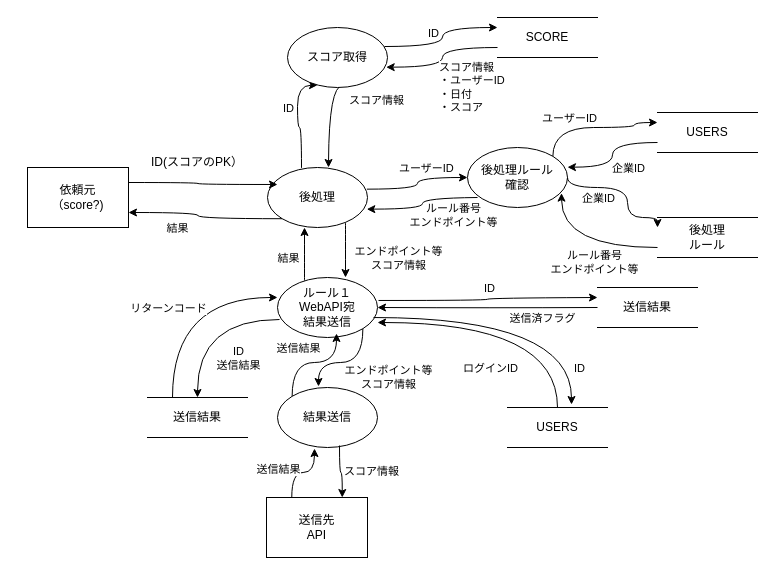
hirose-02940/git-sample keeps this draw.io diagram as talklabo_dfd.drawio. Above is the earlier version. Source tidied: cells renumbered, new cells numbered last; positions are measured from the earlier drawing's top-left corner, leaving out a move shared by most shapes. Both pictures are drawn from the tidied source at 100%, with x=0, y=0 at pixel (27, 17).
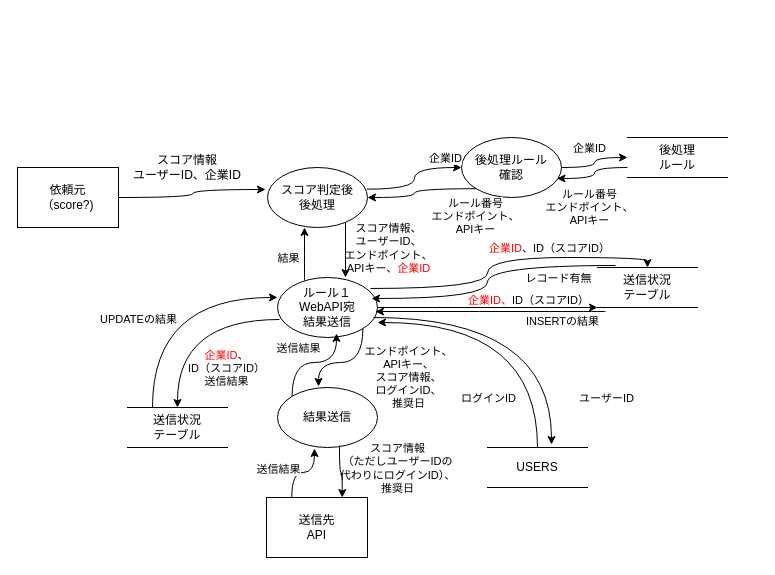
The same page after the edit.

Commit message:
20250626レビュー後更新DFD

Unchanged cells that the change refers to:
```xml
<mxCell id="20" style="endArrow=classic;html=1;exitX=0.993;exitY=0.361;exitDx=0;exitDy=0;edgeStyle=orthogonalEdgeStyle;curved=1;rounded=0;strokeColor=default;entryX=0;entryY=0.5;entryDx=0;entryDy=0;exitPerimeter=0;" parent="1" edge="1" source="3" target="11">
  <mxGeometry relative="1" as="geometry" />
</mxCell>
<mxCell id="31" value="&lt;div&gt;ルール１&lt;/div&gt;WebAPI宛&lt;div&gt;結果送信&lt;/div&gt;" style="ellipse;whiteSpace=wrap;html=1;" parent="1" vertex="1">
  <mxGeometry x="250" y="260" width="100" height="60" as="geometry" />
</mxCell>
<mxCell id="44" style="endArrow=classic;html=1;exitX=1;exitY=1;exitDx=0;exitDy=0;edgeStyle=orthogonalEdgeStyle;curved=1;rounded=0;strokeColor=default;entryX=0.41;entryY=-0.017;entryDx=0;entryDy=0;entryPerimeter=0;" parent="1" edge="1" source="31" target="42">
  <mxGeometry relative="1" as="geometry" />
</mxCell>
<mxCell id="46" style="endArrow=classic;html=1;exitX=0.62;exitY=0.967;exitDx=0;exitDy=0;edgeStyle=orthogonalEdgeStyle;curved=1;rounded=0;strokeColor=default;entryX=0.75;entryY=0;entryDx=0;entryDy=0;exitPerimeter=0;" parent="1" edge="1" source="42" target="43">
  <mxGeometry relative="1" as="geometry" />
</mxCell>
<mxCell id="50" style="endArrow=classic;html=1;exitX=0.02;exitY=0.7;exitDx=0;exitDy=0;edgeStyle=orthogonalEdgeStyle;curved=1;rounded=0;strokeColor=default;exitPerimeter=0;entryX=0.5;entryY=0;entryDx=0;entryDy=0;" parent="1" edge="1" source="31" target="56">
  <mxGeometry relative="1" as="geometry" />
</mxCell>
<mxCell id="52" style="endArrow=classic;html=1;exitX=0.25;exitY=0;exitDx=0;exitDy=0;edgeStyle=orthogonalEdgeStyle;curved=1;rounded=0;strokeColor=default;entryX=0;entryY=0.333;entryDx=0;entryDy=0;entryPerimeter=0;" parent="1" edge="1" source="56" target="31">
  <mxGeometry relative="1" as="geometry" />
</mxCell>
<mxCell id="59" style="endArrow=classic;html=1;exitX=0.5;exitY=0;exitDx=0;exitDy=0;edgeStyle=orthogonalEdgeStyle;curved=1;rounded=0;strokeColor=default;entryX=1;entryY=0.75;entryDx=0;entryDy=0;entryPerimeter=0;" parent="1" edge="1" source="57" target="31">
  <mxGeometry relative="1" as="geometry" />
</mxCell>
```

The edit, as a diff of the source:
```diff
@@
     <mxCell id="2" value="依頼元&lt;div&gt;（score?)&lt;/div&gt;" style="rounded=0;whiteSpace=wrap;html=1;" parent="1" vertex="1">
-      <mxGeometry y="150" width="101" height="60" as="geometry" />
+      <mxGeometry x="-10" y="150" width="101" height="60" as="geometry" />
     </mxCell>
-    <mxCell id="3" value="後処理" style="ellipse;whiteSpace=wrap;html=1;" parent="1" vertex="1">
+    <mxCell id="3" value="スコア判定後&lt;div&gt;後処理&lt;/div&gt;" style="ellipse;whiteSpace=wrap;html=1;" parent="1" vertex="1">
       <mxGeometry x="240" y="150" width="100" height="60" as="geometry" />
     </mxCell>
-    <mxCell id="4" style="endArrow=classic;html=1;entryX=0.1;entryY=0.283;entryDx=0;entryDy=0;entryPerimeter=0;exitX=1;exitY=0.25;exitDx=0;exitDy=0;edgeStyle=orthogonalEdgeStyle;curved=1;rounded=0;strokeColor=default;" parent="1" edge="1" source="2" target="3">
+    <mxCell id="4" style="endArrow=classic;html=1;entryX=-0.02;entryY=0.367;entryDx=0;entryDy=0;exitX=1;exitY=0.5;exitDx=0;exitDy=0;edgeStyle=orthogonalEdgeStyle;curved=1;rounded=0;strokeColor=default;entryPerimeter=0;" parent="1" edge="1" source="2" target="3">
       <mxGeometry relative="1" as="geometry" />
     </mxCell>
-    <mxCell id="5" value="ID(スコアのPK）" style="text;html=1;align=center;verticalAlign=middle;whiteSpace=wrap;rounded=0;" parent="1" vertex="1">
-      <mxGeometry x="120" y="130" width="100" height="30" as="geometry" />
+    <mxCell id="5" value="スコア情報&lt;div&gt;ユーザーID、企業ID&lt;/div&gt;" style="text;html=1;align=center;verticalAlign=middle;whiteSpace=wrap;rounded=0;" parent="1" vertex="1">
+      <mxGeometry x="100" y="130" width="120" height="40" as="geometry" />
     </mxCell>
-    <mxCell id="6" value="SCORE" style="shape=partialRectangle;whiteSpace=wrap;html=1;left=0;right=0;fillColor=none;" parent="1" vertex="1">
-      <mxGeometry x="470" width="100" height="40" as="geometry" />
-    </mxCell>
-    <mxCell id="7" style="endArrow=classic;html=1;exitX=0.34;exitY=0.006;exitDx=0;exitDy=0;edgeStyle=orthogonalEdgeStyle;curved=1;rounded=0;strokeColor=default;exitPerimeter=0;entryX=0.3;entryY=0.961;entryDx=0;entryDy=0;entryPerimeter=0;" parent="1" edge="1" source="3" target="17">
-      <mxGeometry relative="1" as="geometry">
-        <Array as="points">
-          <mxPoint x="274" y="110" />
-          <mxPoint x="270" y="110" />
-          <mxPoint x="270" y="68" />
-        </Array>
-      </mxGeometry>
-    </mxCell>
-    <mxCell id="8" value="ID" style="edgeLabel;html=1;align=center;verticalAlign=middle;" parent="7" vertex="1">
-      <mxGeometry x="0.24" y="1" relative="1" as="geometry">
-        <mxPoint x="-9" y="2" as="offset" />
-      </mxGeometry>
-    </mxCell>
-    <mxCell id="9" style="endArrow=classic;html=1;exitX=0;exitY=0.75;exitDx=0;exitDy=0;edgeStyle=orthogonalEdgeStyle;curved=1;rounded=0;strokeColor=default;entryX=0.987;entryY=0.661;entryDx=0;entryDy=0;entryPerimeter=0;" parent="1" edge="1" source="6" target="17">
-      <mxGeometry relative="1" as="geometry" />
-    </mxCell>
-    <mxCell id="10" value="スコア情報&lt;div&gt;・ユーザーID&lt;/div&gt;&lt;div&gt;・日付&lt;/div&gt;&lt;div&gt;・スコア&lt;/div&gt;" style="edgeLabel;html=1;align=left;verticalAlign=middle;" parent="9" vertex="1">
-      <mxGeometry x="0.24" y="1" relative="1" as="geometry">
-        <mxPoint x="1" y="19" as="offset" />
-      </mxGeometry>
-    </mxCell>
     <mxCell id="11" value="後処理ルール&lt;div&gt;確認&lt;/div&gt;" style="ellipse;whiteSpace=wrap;html=1;" parent="1" vertex="1">
-      <mxGeometry x="440" y="130" width="100" height="60" as="geometry" />
+      <mxGeometry x="434" y="120" width="100" height="60" as="geometry" />
     </mxCell>
-    <mxCell id="12" value="USERS" style="shape=partialRectangle;whiteSpace=wrap;html=1;left=0;right=0;fillColor=none;" parent="1" vertex="1">
-      <mxGeometry x="630" y="95" width="100" height="40" as="geometry" />
-    </mxCell>
-    <mxCell id="13" style="endArrow=classic;html=1;exitX=1;exitY=0;exitDx=0;exitDy=0;edgeStyle=orthogonalEdgeStyle;curved=1;rounded=0;strokeColor=default;entryX=0;entryY=0.25;entryDx=0;entryDy=0;" parent="1" edge="1" source="11" target="12">
-      <mxGeometry relative="1" as="geometry">
-        <Array as="points">
-          <mxPoint x="525" y="110" />
-          <mxPoint x="607" y="110" />
-          <mxPoint x="607" y="105" />
-        </Array>
-      </mxGeometry>
-    </mxCell>
-    <mxCell id="14" value="ユーザーID" style="edgeLabel;html=1;align=center;verticalAlign=middle;" parent="13" vertex="1">
-      <mxGeometry x="0.24" y="1" relative="1" as="geometry">
-        <mxPoint x="-41" y="-9" as="offset" />
-      </mxGeometry>
-    </mxCell>
-    <mxCell id="15" style="endArrow=classic;html=1;exitX=0.75;exitY=1;exitDx=0;exitDy=0;edgeStyle=orthogonalEdgeStyle;curved=1;rounded=0;strokeColor=default;" parent="1" edge="1">
-      <mxGeometry relative="1" as="geometry">
-        <mxPoint x="315" y="68" as="sourcePoint" />
-        <mxPoint x="301" y="150" as="targetPoint" />
-      </mxGeometry>
-    </mxCell>
-    <mxCell id="16" value="スコア情報&lt;div&gt;&lt;br&gt;&lt;/div&gt;" style="edgeLabel;html=1;align=left;verticalAlign=middle;" parent="15" vertex="1">
-      <mxGeometry x="0.24" y="1" relative="1" as="geometry">
-        <mxPoint x="18" y="-24" as="offset" />
-      </mxGeometry>
-    </mxCell>
-    <mxCell id="17" value="スコア取得" style="ellipse;whiteSpace=wrap;html=1;" parent="1" vertex="1">
-      <mxGeometry x="260" y="10" width="100" height="60" as="geometry" />
-    </mxCell>
-    <mxCell id="18" style="endArrow=classic;html=1;edgeStyle=orthogonalEdgeStyle;curved=1;rounded=0;strokeColor=default;entryX=0;entryY=0.25;entryDx=0;entryDy=0;exitX=0.97;exitY=0.317;exitDx=0;exitDy=0;exitPerimeter=0;" parent="1" edge="1" source="17" target="6">
-      <mxGeometry relative="1" as="geometry" />
-    </mxCell>
-    <mxCell id="19" value="ID" style="edgeLabel;html=1;align=center;verticalAlign=middle;" parent="18" vertex="1">
-      <mxGeometry x="-0.06" y="-3" relative="1" as="geometry">
-        <mxPoint x="-13" y="-10" as="offset" />
-      </mxGeometry>
-    </mxCell>
@@
-    <mxCell id="21" value="&lt;span style=&quot;background-color: light-dark(#ffffff, var(--ge-dark-color, #121212));&quot;&gt;ユーザーID&lt;/span&gt;" style="edgeLabel;html=1;align=left;verticalAlign=middle;" parent="20" vertex="1">
+    <mxCell id="21" value="&lt;span style=&quot;background-color: light-dark(#ffffff, var(--ge-dark-color, #121212));&quot;&gt;企業ID&lt;/span&gt;" style="edgeLabel;html=1;align=left;verticalAlign=middle;" parent="20" vertex="1">
       <mxGeometry x="0.24" y="1" relative="1" as="geometry">
-        <mxPoint x="-28" y="-9" as="offset" />
+        <mxPoint x="10" y="-9" as="offset" />
       </mxGeometry>
     </mxCell>
-    <mxCell id="22" style="endArrow=classic;html=1;edgeStyle=orthogonalEdgeStyle;curved=1;rounded=0;strokeColor=default;entryX=1;entryY=0.328;entryDx=0;entryDy=0;entryPerimeter=0;exitX=0;exitY=0.75;exitDx=0;exitDy=0;" parent="1" edge="1" source="12" target="11">
-      <mxGeometry relative="1" as="geometry" />
-    </mxCell>
-    <mxCell id="23" value="企業ID" style="edgeLabel;html=1;align=center;verticalAlign=middle;" parent="22" vertex="1">
-      <mxGeometry x="-0.14" relative="1" as="geometry">
-        <mxPoint x="15" y="21" as="offset" />
-      </mxGeometry>
-    </mxCell>
     <mxCell id="24" value="後処理&lt;br&gt;&lt;div&gt;ルール&lt;/div&gt;" style="shape=partialRectangle;whiteSpace=wrap;html=1;left=0;right=0;fillColor=none;" parent="1" vertex="1">
-      <mxGeometry x="630" y="200" width="100" height="40" as="geometry" />
+      <mxGeometry x="600" y="120" width="100" height="40" as="geometry" />
     </mxCell>
-    <mxCell id="25" style="endArrow=classic;html=1;exitX=1;exitY=0.5;exitDx=0;exitDy=0;edgeStyle=orthogonalEdgeStyle;curved=1;rounded=0;strokeColor=default;entryX=0;entryY=0.25;entryDx=0;entryDy=0;" parent="1" edge="1" source="11" target="24">
-      <mxGeometry relative="1" as="geometry">
-        <Array as="points">
-          <mxPoint x="540" y="170" />
-          <mxPoint x="600" y="170" />
-          <mxPoint x="600" y="200" />
-          <mxPoint x="630" y="200" />
-        </Array>
-      </mxGeometry>
+    <mxCell id="25" style="endArrow=classic;html=1;exitX=1;exitY=0.5;exitDx=0;exitDy=0;edgeStyle=orthogonalEdgeStyle;curved=1;rounded=0;strokeColor=default;entryX=0;entryY=0.5;entryDx=0;entryDy=0;" parent="1" edge="1" source="11" target="24">
+      <mxGeometry relative="1" as="geometry" />
     </mxCell>
     <mxCell id="26" value="企業ID" style="edgeLabel;html=1;align=center;verticalAlign=middle;" parent="25" vertex="1">
       <mxGeometry x="0.24" y="1" relative="1" as="geometry">
-        <mxPoint x="-31" y="-7" as="offset" />
+        <mxPoint x="-10" y="-9" as="offset" />
       </mxGeometry>
     </mxCell>
-    <mxCell id="27" style="endArrow=classic;html=1;exitX=0;exitY=0.75;exitDx=0;exitDy=0;edgeStyle=orthogonalEdgeStyle;curved=1;rounded=0;strokeColor=default;entryX=0.94;entryY=0.761;entryDx=0;entryDy=0;entryPerimeter=0;" parent="1" edge="1" source="24" target="11">
+    <mxCell id="27" style="endArrow=classic;html=1;edgeStyle=orthogonalEdgeStyle;curved=1;rounded=0;strokeColor=default;entryX=0.955;entryY=0.683;entryDx=0;entryDy=0;exitX=0;exitY=0.75;exitDx=0;exitDy=0;entryPerimeter=0;" parent="1" edge="1" source="24" target="11">
       <mxGeometry relative="1" as="geometry" />
     </mxCell>
-    <mxCell id="28" value="ルール番号&lt;div&gt;エンドポイント等&lt;/div&gt;" style="edgeLabel;html=1;align=center;verticalAlign=middle;" parent="27" vertex="1">
+    <mxCell id="28" value="ルール番号&lt;div&gt;エンドポイント、&lt;/div&gt;&lt;div&gt;APIキー&lt;/div&gt;" style="edgeLabel;html=1;align=center;verticalAlign=middle;labelBackgroundColor=none;" parent="27" vertex="1">
       <mxGeometry x="0.24" y="1" relative="1" as="geometry">
-        <mxPoint x="29" y="13" as="offset" />
+        <mxPoint x="2" y="28" as="offset" />
       </mxGeometry>
     </mxCell>
-    <mxCell id="29" style="endArrow=classic;html=1;edgeStyle=orthogonalEdgeStyle;curved=1;rounded=0;strokeColor=default;entryX=0.993;entryY=0.694;entryDx=0;entryDy=0;entryPerimeter=0;" parent="1" edge="1" target="3">
-      <mxGeometry relative="1" as="geometry">
-        <mxPoint x="450" y="180" as="sourcePoint" />
-      </mxGeometry>
+    <mxCell id="29" style="endArrow=classic;html=1;edgeStyle=orthogonalEdgeStyle;curved=1;rounded=0;strokeColor=default;entryX=1;entryY=0.5;entryDx=0;entryDy=0;exitX=0;exitY=1;exitDx=0;exitDy=0;" parent="1" edge="1" source="11" target="3">
+      <mxGeometry relative="1" as="geometry" />
     </mxCell>
-    <mxCell id="30" value="&lt;div&gt;ルール番号&lt;/div&gt;エンドポイント等" style="edgeLabel;html=1;align=center;verticalAlign=middle;labelBackgroundColor=none;" parent="1" vertex="1">
-      <mxGeometry x="432" y="215" as="geometry">
-        <mxPoint x="-7" y="-18" as="offset" />
+    <mxCell id="30" value="&lt;div&gt;&lt;span style=&quot;background-color: light-dark(#ffffff, var(--ge-dark-color, #121212));&quot;&gt;ルール番号&lt;/span&gt;&lt;/div&gt;&lt;span style=&quot;background-color: light-dark(#ffffff, var(--ge-dark-color, #121212));&quot;&gt;エンドポイント、&lt;/span&gt;&lt;div&gt;&lt;span style=&quot;background-color: light-dark(#ffffff, var(--ge-dark-color, #121212));&quot;&gt;APIキー&lt;/span&gt;&lt;/div&gt;" style="edgeLabel;html=1;align=center;verticalAlign=middle;labelBackgroundColor=none;" parent="1" vertex="1">
+      <mxGeometry x="460" y="210" as="geometry">
+        <mxPoint x="-13" y="-12" as="offset" />
       </mxGeometry>
     </mxCell>
@@
     <mxCell id="32" style="endArrow=classic;html=1;edgeStyle=orthogonalEdgeStyle;curved=1;rounded=0;strokeColor=default;entryX=0.68;entryY=0;entryDx=0;entryDy=0;entryPerimeter=0;exitX=0.78;exitY=0.917;exitDx=0;exitDy=0;exitPerimeter=0;" parent="1" edge="1" source="3" target="31">
-      <mxGeometry relative="1" as="geometry" />
+      <mxGeometry relative="1" as="geometry">
+        <Array as="points">
+          <mxPoint x="318" y="220" />
+          <mxPoint x="318" y="220" />
+        </Array>
+      </mxGeometry>
     </mxCell>
-    <mxCell id="33" value="&lt;div&gt;エンドポイント等&lt;/div&gt;&lt;div&gt;スコア情報&lt;/div&gt;" style="edgeLabel;html=1;align=center;verticalAlign=middle;" parent="32" vertex="1">
+    <mxCell id="33" value="&lt;div&gt;&lt;span&gt;スコア情報、&lt;/span&gt;&lt;/div&gt;&lt;div&gt;&lt;span&gt;ユーザーID、&lt;/span&gt;&lt;/div&gt;&lt;div&gt;&lt;span&gt;エンドポイント、&lt;/span&gt;&lt;/div&gt;&lt;div&gt;&lt;span&gt;APIキー、&lt;font style=&quot;color: rgb(255, 0, 0);&quot;&gt;企業ID&lt;/font&gt;&lt;/span&gt;&lt;/div&gt;" style="edgeLabel;html=1;align=center;verticalAlign=middle;labelBackgroundColor=none;" parent="32" vertex="1">
       <mxGeometry x="0.72" y="6" relative="1" as="geometry">
-        <mxPoint x="46" y="-12" as="offset" />
+        <mxPoint x="36" y="-22" as="offset" />
       </mxGeometry>
     </mxCell>
@@
-    <mxCell id="36" style="endArrow=classic;html=1;edgeStyle=orthogonalEdgeStyle;curved=1;rounded=0;strokeColor=default;entryX=1;entryY=0.75;entryDx=0;entryDy=0;exitX=0;exitY=1;exitDx=0;exitDy=0;" parent="1" edge="1" source="3" target="2">
-      <mxGeometry relative="1" as="geometry" />
-    </mxCell>
-    <mxCell id="37" value="結果" style="edgeLabel;html=1;align=center;verticalAlign=middle;" parent="36" vertex="1">
-      <mxGeometry x="0.72" y="6" relative="1" as="geometry">
-        <mxPoint x="26" y="9" as="offset" />
-      </mxGeometry>
-    </mxCell>
-    <mxCell id="38" style="endArrow=classic;html=1;exitX=1.01;exitY=0.383;exitDx=0;exitDy=0;edgeStyle=orthogonalEdgeStyle;curved=1;rounded=0;strokeColor=default;exitPerimeter=0;entryX=0;entryY=0.25;entryDx=0;entryDy=0;" parent="1" edge="1" source="31">
-      <mxGeometry relative="1" as="geometry">
-        <mxPoint x="570" y="280" as="targetPoint" />
-      </mxGeometry>
+    <mxCell id="38" style="endArrow=classic;html=1;exitX=0.93;exitY=0.183;exitDx=0;exitDy=0;edgeStyle=orthogonalEdgeStyle;curved=1;rounded=0;strokeColor=default;exitPerimeter=0;entryX=0.5;entryY=0;entryDx=0;entryDy=0;" parent="1" edge="1" source="31" target="62">
+      <mxGeometry relative="1" as="geometry" />
     </mxCell>
-    <mxCell id="39" style="endArrow=classic;html=1;exitX=0;exitY=0.5;exitDx=0;exitDy=0;edgeStyle=orthogonalEdgeStyle;curved=1;rounded=0;strokeColor=default;entryX=1;entryY=0.5;entryDx=0;entryDy=0;" parent="1" edge="1" target="31">
-      <mxGeometry relative="1" as="geometry">
-        <mxPoint x="570" y="290" as="sourcePoint" />
-      </mxGeometry>
+    <mxCell id="39" style="endArrow=classic;html=1;exitX=0.18;exitY=-0.05;exitDx=0;exitDy=0;edgeStyle=orthogonalEdgeStyle;curved=1;rounded=0;strokeColor=default;entryX=0.94;entryY=0.35;entryDx=0;entryDy=0;entryPerimeter=0;exitPerimeter=0;" parent="1" edge="1" source="62" target="31">
+      <mxGeometry relative="1" as="geometry" />
     </mxCell>
-    <mxCell id="40" value="ID" style="edgeLabel;html=1;align=center;verticalAlign=middle;" parent="39" vertex="1">
+    <mxCell id="40" value="&lt;font style=&quot;color: rgb(255, 0, 0);&quot;&gt;企業ID&lt;/font&gt;、ID（スコアID）" style="edgeLabel;html=1;align=center;verticalAlign=middle;" parent="39" vertex="1">
       <mxGeometry x="0.3" y="-2" relative="1" as="geometry">
-        <mxPoint x="34" y="-18" as="offset" />
+        <mxPoint x="80" y="-49" as="offset" />
       </mxGeometry>
     </mxCell>
-    <mxCell id="41" value="送信済フラグ" style="edgeLabel;html=1;align=center;verticalAlign=middle;" parent="39" vertex="1">
+    <mxCell id="41" value="レコード有無" style="edgeLabel;html=1;align=center;verticalAlign=middle;" parent="39" vertex="1">
       <mxGeometry x="-0.05" y="30" relative="1" as="geometry">
-        <mxPoint x="49" y="-20" as="offset" />
+        <mxPoint x="40" y="8" as="offset" />
       </mxGeometry>
     </mxCell>
@@
-    <mxCell id="45" value="エンドポイント等&lt;br&gt;&lt;div&gt;スコア情報&lt;/div&gt;" style="edgeLabel;html=1;align=center;verticalAlign=middle;labelBackgroundColor=none;" parent="44" vertex="1">
+    <mxCell id="45" value="エンドポイント、&lt;div&gt;&lt;font color=&quot;#000000&quot;&gt;APIキー、&lt;br&gt;&lt;/font&gt;&lt;div&gt;スコア情報、&lt;/div&gt;&lt;/div&gt;&lt;div&gt;ログインID、&lt;/div&gt;&lt;div&gt;推奨日&lt;/div&gt;" style="edgeLabel;html=1;align=center;verticalAlign=middle;labelBackgroundColor=none;" parent="44" vertex="1">
       <mxGeometry x="0.53" y="-11" relative="1" as="geometry">
-        <mxPoint x="80" y="15" as="offset" />
+        <mxPoint x="100" y="15" as="offset" />
       </mxGeometry>
     </mxCell>
@@
-    <mxCell id="47" value="&lt;span style=&quot;background-color: light-dark(#ffffff, var(--ge-dark-color, #121212));&quot;&gt;スコア情報&lt;/span&gt;" style="edgeLabel;html=1;align=center;verticalAlign=middle;" parent="46" vertex="1">
+    <mxCell id="47" value="&lt;span style=&quot;&quot;&gt;スコア情報&lt;/span&gt;&lt;div&gt;&lt;span style=&quot;&quot;&gt;（ただしユーザーIDの&lt;/span&gt;&lt;/div&gt;&lt;div&gt;&lt;span style=&quot;&quot;&gt;代わりにログインID）、&lt;/span&gt;&lt;/div&gt;&lt;div&gt;&lt;span style=&quot;&quot;&gt;推奨日&lt;/span&gt;&lt;/div&gt;" style="edgeLabel;html=1;align=center;verticalAlign=middle;labelBackgroundColor=none;" parent="46" vertex="1">
       <mxGeometry x="0.53" y="-11" relative="1" as="geometry">
-        <mxPoint x="40" y="-14" as="offset" />
+        <mxPoint x="66" y="-17" as="offset" />
       </mxGeometry>
     </mxCell>
@@
-    <mxCell id="51" value="ID&lt;div&gt;送信結果&lt;/div&gt;" style="edgeLabel;html=1;align=center;verticalAlign=middle;" parent="50" vertex="1">
+    <mxCell id="51" value="&lt;div&gt;&lt;span&gt;&lt;font style=&quot;color: rgb(255, 0, 0);&quot;&gt;企業ID&lt;/font&gt;、&lt;/span&gt;&lt;/div&gt;&lt;span&gt;ID（スコアID）&lt;/span&gt;&lt;div&gt;&lt;span&gt;送信結果&lt;/span&gt;&lt;/div&gt;" style="edgeLabel;html=1;align=center;verticalAlign=middle;labelBackgroundColor=none;" parent="50" vertex="1">
       <mxGeometry x="-0.2" relative="1" as="geometry">
-        <mxPoint x="22" y="38" as="offset" />
+        <mxPoint x="22" y="48" as="offset" />
       </mxGeometry>
     </mxCell>
@@
-    <mxCell id="53" value="リターンコード" style="edgeLabel;html=1;align=center;verticalAlign=middle;" parent="52" vertex="1">
+    <mxCell id="53" value="&lt;div&gt;UPDATEの結果&lt;/div&gt;" style="edgeLabel;html=1;align=center;verticalAlign=middle;" parent="52" vertex="1">
       <mxGeometry x="-0.29" y="-5" relative="1" as="geometry">
-        <mxPoint x="-10" y="-17" as="offset" />
+        <mxPoint x="-20" y="-6" as="offset" />
       </mxGeometry>
     </mxCell>
@@
-    <mxCell id="56" value="送信結果" style="shape=partialRectangle;whiteSpace=wrap;html=1;left=0;right=0;fillColor=none;" parent="1" vertex="1">
-      <mxGeometry x="120" y="380" width="100" height="40" as="geometry" />
+    <mxCell id="56" value="送信状況&lt;div&gt;テーブル&lt;/div&gt;" style="shape=partialRectangle;whiteSpace=wrap;html=1;left=0;right=0;fillColor=none;" parent="1" vertex="1">
+      <mxGeometry x="100" y="390" width="100" height="40" as="geometry" />
     </mxCell>
     <mxCell id="57" value="USERS" style="shape=partialRectangle;whiteSpace=wrap;html=1;left=0;right=0;fillColor=none;" parent="1" vertex="1">
-      <mxGeometry x="480" y="390" width="100" height="40" as="geometry" />
+      <mxGeometry x="460" y="430" width="100" height="40" as="geometry" />
     </mxCell>
@@
-    <mxCell id="60" value="ID" style="edgeLabel;html=1;align=center;verticalAlign=middle;" parent="59" vertex="1">
+    <mxCell id="60" value="ユーザーID" style="edgeLabel;html=1;align=center;verticalAlign=middle;" parent="59" vertex="1">
       <mxGeometry x="0.3" y="-2" relative="1" as="geometry">
-        <mxPoint x="108" y="47" as="offset" />
+        <mxPoint x="128" y="77" as="offset" />
       </mxGeometry>
     </mxCell>
     <mxCell id="61" value="ログインID" style="edgeLabel;html=1;align=center;verticalAlign=middle;" parent="59" vertex="1">
       <mxGeometry x="-0.05" y="30" relative="1" as="geometry">
-        <mxPoint x="-27" y="15" as="offset" />
+        <mxPoint x="-40" y="45" as="offset" />
       </mxGeometry>
     </mxCell>
-    <mxCell id="62" value="送信結果" style="shape=partialRectangle;whiteSpace=wrap;html=1;left=0;right=0;fillColor=none;" parent="1" vertex="1">
-      <mxGeometry x="570" y="270" width="100" height="40" as="geometry" />
+    <mxCell id="62" value="送信状況&lt;div&gt;テーブル&lt;/div&gt;" style="shape=partialRectangle;whiteSpace=wrap;html=1;left=0;right=0;fillColor=none;" parent="1" vertex="1">
+      <mxGeometry x="570" y="250" width="100" height="40" as="geometry" />
     </mxCell>
+    <mxCell id="63" style="endArrow=classic;html=1;edgeStyle=orthogonalEdgeStyle;curved=1;rounded=0;strokeColor=default;exitX=1;exitY=0.5;exitDx=0;exitDy=0;exitPerimeter=0;" parent="1" edge="1" source="31">
+      <mxGeometry relative="1" as="geometry">
+        <mxPoint x="570" y="290" as="targetPoint" />
+      </mxGeometry>
+    </mxCell>
+    <mxCell id="64" value="&lt;font style=&quot;color: rgb(255, 0, 0);&quot;&gt;企業ID、&lt;/font&gt;ID（スコアID）" style="edgeLabel;html=1;align=center;verticalAlign=middle;" parent="63" vertex="1">
+      <mxGeometry x="0.46" y="1" relative="1" as="geometry">
+        <mxPoint x="-10" y="-7" as="offset" />
+      </mxGeometry>
+    </mxCell>
+    <mxCell id="65" style="endArrow=classic;html=1;edgeStyle=orthogonalEdgeStyle;curved=1;rounded=0;strokeColor=default;entryX=1;entryY=0.5;entryDx=0;entryDy=0;exitX=1;exitY=0.5;exitDx=0;exitDy=0;exitPerimeter=0;" parent="1" edge="1">
+      <mxGeometry relative="1" as="geometry">
+        <mxPoint x="578" y="294" as="sourcePoint" />
+        <mxPoint x="348" y="294" as="targetPoint" />
+      </mxGeometry>
+    </mxCell>
+    <mxCell id="66" value="INSERTの結果" style="edgeLabel;html=1;align=center;verticalAlign=middle;" parent="65" vertex="1">
+      <mxGeometry x="-0.62" relative="1" as="geometry">
+        <mxPoint y="9" as="offset" />
+      </mxGeometry>
+    </mxCell>
```
